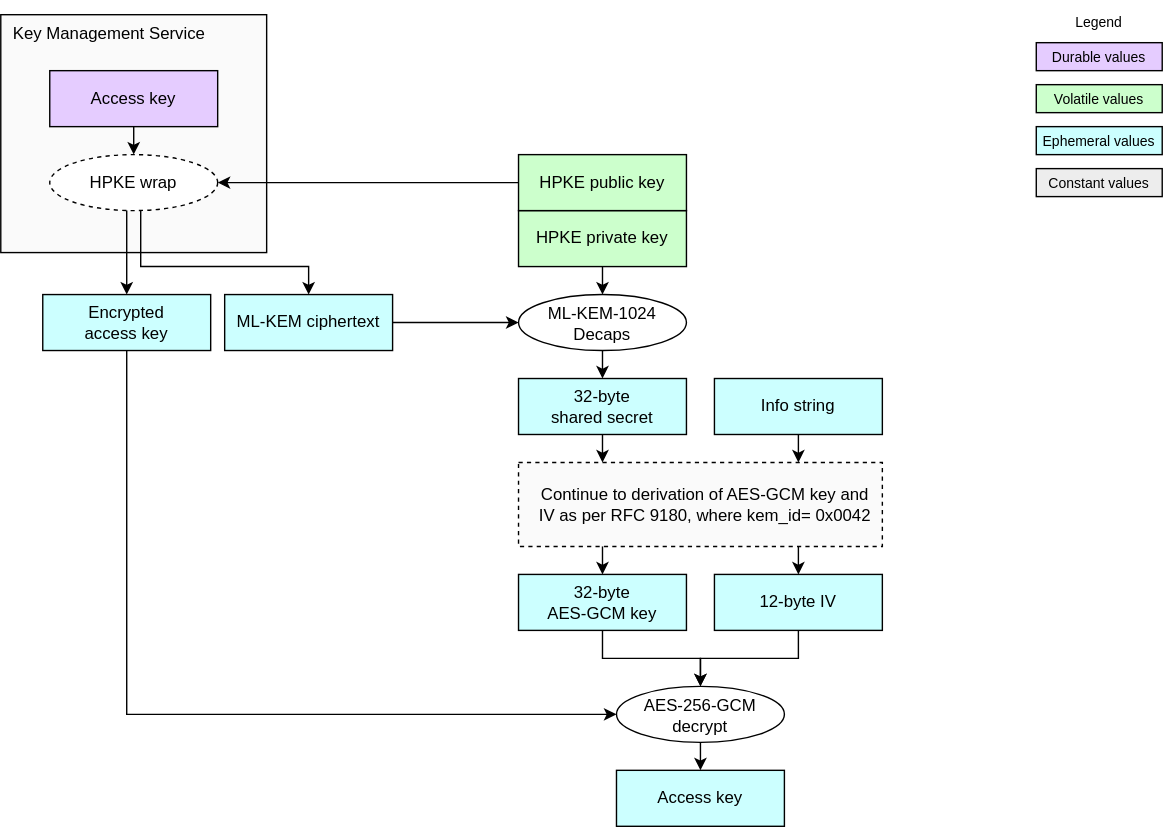
Earlier version of the draw.io export doc/ocp_lock/diagrams/hpke_kem_mlkem.drawio.svg (chipsalliance/Caliptra). Source tidied: cells renumbered, new cells last; positions are measured from the earlier drawing's top-left corner, leaving out a move shared by most shapes.
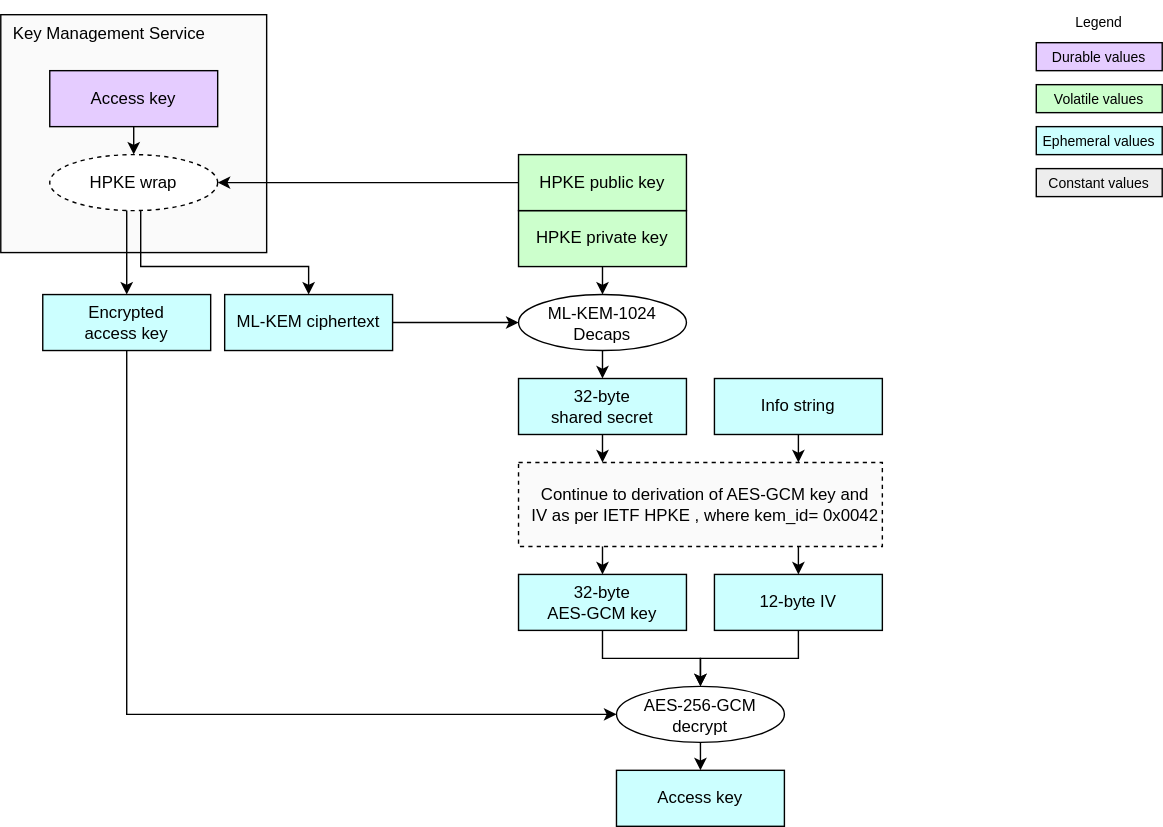
The same diagram one commit later.

Commit message:
[OCP-LOCK]: HPKE diagram updates (#631)

Diff of the diagram source:
```diff
@@ -84,7 +84,7 @@
     <mxCell id="23" style="endArrow=classic;html=1;rounded=0;endSize=6;startSize=6;entryX=0.5;entryY=0;entryDx=0;entryDy=0;exitX=0.5;exitY=1;exitDx=0;exitDy=0;jumpStyle=gap;" parent="1" edge="1" source="15" target="22">
       <mxGeometry relative="1" as="geometry" />
     </mxCell>
-    <mxCell id="24" value="Continue to derivation of&amp;nbsp;&lt;span style=&quot;background-color: transparent;&quot;&gt;AES-GCM key and&lt;/span&gt;&lt;div&gt;&lt;span style=&quot;background-color: transparent;&quot;&gt;IV as per&amp;nbsp;&lt;/span&gt;&lt;span style=&quot;background-color: transparent;&quot;&gt;RFC 9180, where kem_id=&lt;/span&gt;&lt;span style=&quot;background-color: transparent;&quot;&gt;0x0042&lt;/span&gt;&lt;/div&gt;" style="rounded=0;whiteSpace=wrap;html=1;fillColor=#FAFAFA;strokeColor=#000000;align=center;verticalAlign=middle;spacingLeft=7;dashed=1;" parent="1" vertex="1">
+    <mxCell id="24" value="Continue to derivation of&amp;nbsp;&lt;span style=&quot;background-color: transparent;&quot;&gt;AES-GCM key and&lt;/span&gt;&lt;div&gt;&lt;span style=&quot;background-color: transparent;&quot;&gt;IV as per IETF HPKE&lt;/span&gt;&lt;span style=&quot;background-color: transparent;&quot;&gt;, where kem_id=&lt;/span&gt;&lt;span style=&quot;background-color: transparent;&quot;&gt;0x0042&lt;/span&gt;&lt;/div&gt;" style="rounded=0;whiteSpace=wrap;html=1;fillColor=#FAFAFA;strokeColor=#000000;align=center;verticalAlign=middle;spacingLeft=7;dashed=1;" parent="1" vertex="1">
       <mxGeometry x="370" y="330" width="260" height="60" as="geometry" />
     </mxCell>
     <mxCell id="25" value="AES-256-GCM&lt;div&gt;decrypt&lt;/div&gt;" style="ellipse;whiteSpace=wrap;html=1;fillColor=#FFFFFF;spacingTop=2;" parent="1" vertex="1">
```
